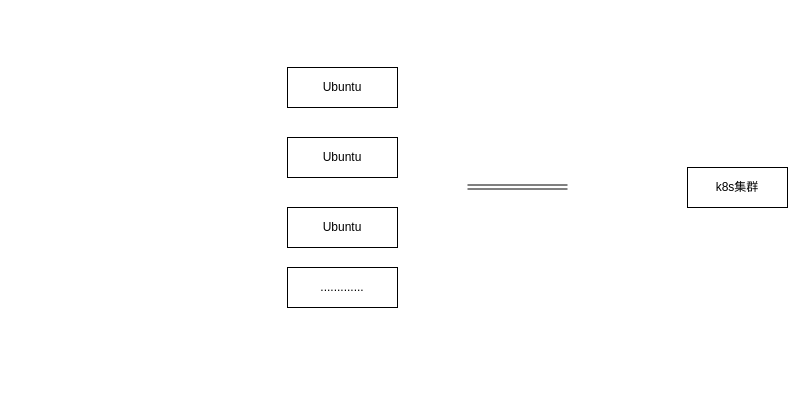
Before: 未命名绘图.drawio in danche001/CMAK, a draw.io diagram. Source tidied: cells renumbered, new cells numbered last; positions are measured from the earlier drawing's top-left corner, leaving out a move shared by most shapes. Both pictures are drawn from the tidied source at 100%, with x=0, y=0 at pixel (287, 67).
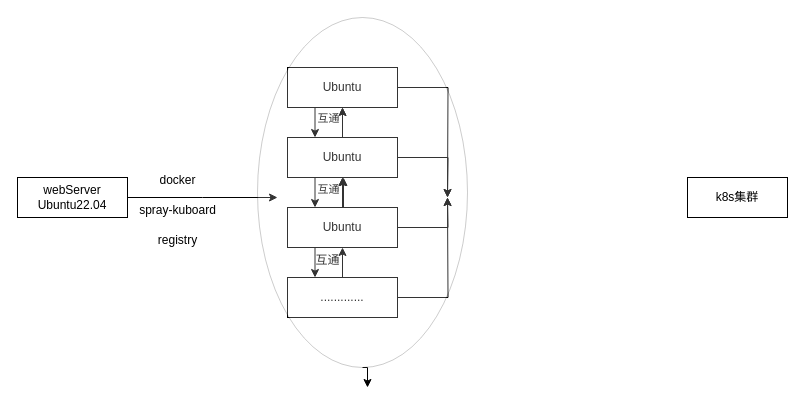
Above is the later version.

Commit message (it also covers changes not shown here):
更新未命名绘图.drawio

Unchanged cells that the change refers to:
```xml
<mxCell id="3" value="Ubuntu" style="rounded=0;whiteSpace=wrap;html=1;" parent="1" vertex="1">
  <mxGeometry width="110" height="40" as="geometry" />
</mxCell>
<mxCell id="5" value="Ubuntu" style="rounded=0;whiteSpace=wrap;html=1;" parent="1" vertex="1">
  <mxGeometry y="140" width="110" height="40" as="geometry" />
</mxCell>
<mxCell id="6" value="Ubuntu" style="rounded=0;whiteSpace=wrap;html=1;" parent="1" vertex="1">
  <mxGeometry y="70" width="110" height="40" as="geometry" />
</mxCell>
```

Change to the diagram source:
```diff
@@
     <mxCell id="2" value="k8s集群" style="rounded=0;whiteSpace=wrap;html=1;" parent="1" vertex="1">
-      <mxGeometry x="400" y="100" width="100" height="40" as="geometry" />
+      <mxGeometry x="400" y="110" width="100" height="40" as="geometry" />
     </mxCell>
+    <mxCell id="8" style="edgeStyle=orthogonalEdgeStyle;rounded=0;jettySize=auto;html=1;entryX=0;entryY=0.5;entryDx=0;entryDy=0;" parent="1" edge="1" source="3">
+      <mxGeometry relative="1" as="geometry">
+        <mxPoint x="160" y="130" as="targetPoint" />
+      </mxGeometry>
+    </mxCell>
+    <mxCell id="9" style="edgeStyle=orthogonalEdgeStyle;rounded=0;jettySize=auto;html=1;exitX=0.25;exitY=1;exitDx=0;exitDy=0;entryX=0.25;entryY=0;entryDx=0;entryDy=0;" parent="1" edge="1" source="3" target="6">
+      <mxGeometry relative="1" as="geometry" />
+    </mxCell>
@@
+    <mxCell id="10" style="edgeStyle=orthogonalEdgeStyle;rounded=0;jettySize=auto;html=1;entryX=0;entryY=0.5;entryDx=0;entryDy=0;" parent="1" edge="1" source="4">
+      <mxGeometry relative="1" as="geometry">
+        <mxPoint x="160" y="130" as="targetPoint" />
+      </mxGeometry>
+    </mxCell>
+    <mxCell id="11" style="edgeStyle=orthogonalEdgeStyle;rounded=0;jettySize=auto;html=1;exitX=0.5;exitY=0;exitDx=0;exitDy=0;entryX=0.5;entryY=1;entryDx=0;entryDy=0;" parent="1" edge="1" source="4" target="5">
+      <mxGeometry relative="1" as="geometry" />
+    </mxCell>
     <mxCell id="4" value="............." style="rounded=0;whiteSpace=wrap;html=1;" parent="1" vertex="1">
-      <mxGeometry y="200" width="110" height="40" as="geometry" />
+      <mxGeometry y="210" width="110" height="40" as="geometry" />
     </mxCell>
+    <mxCell id="12" style="edgeStyle=orthogonalEdgeStyle;rounded=0;orthogonalLoop=1;jettySize=auto;html=1;" parent="1" edge="1">
+      <mxGeometry relative="1" as="geometry">
+        <mxPoint x="56" y="140" as="sourcePoint" />
+        <mxPoint x="56" y="110" as="targetPoint" />
+      </mxGeometry>
+    </mxCell>
+    <mxCell id="13" value="互通" style="edgeLabel;html=1;align=center;verticalAlign=middle;" parent="12" vertex="1">
+      <mxGeometry x="0.29" y="-3" relative="1" as="geometry">
+        <mxPoint x="-19" as="offset" />
+      </mxGeometry>
+    </mxCell>
+    <mxCell id="14" style="edgeStyle=orthogonalEdgeStyle;rounded=0;jettySize=auto;html=1;entryX=0;entryY=0.5;entryDx=0;entryDy=0;" parent="1" edge="1" source="5">
+      <mxGeometry relative="1" as="geometry">
+        <mxPoint x="160" y="130" as="targetPoint" />
+      </mxGeometry>
+    </mxCell>
+    <mxCell id="15" style="edgeStyle=orthogonalEdgeStyle;rounded=0;jettySize=auto;html=1;exitX=0.25;exitY=1;exitDx=0;exitDy=0;entryX=0.25;entryY=0;entryDx=0;entryDy=0;" parent="1" edge="1" source="5" target="4">
+      <mxGeometry relative="1" as="geometry" />
+    </mxCell>
+    <mxCell id="16" style="edgeStyle=orthogonalEdgeStyle;rounded=0;jettySize=auto;html=1;" parent="1" edge="1" source="5" target="6">
+      <mxGeometry relative="1" as="geometry" />
+    </mxCell>
+    <mxCell id="17" style="edgeStyle=orthogonalEdgeStyle;rounded=0;jettySize=auto;html=1;" parent="1" edge="1" source="5" target="6">
+      <mxGeometry relative="1" as="geometry" />
+    </mxCell>
@@
+    <mxCell id="18" style="edgeStyle=orthogonalEdgeStyle;rounded=0;jettySize=auto;html=1;" parent="1" edge="1" source="6">
+      <mxGeometry relative="1" as="geometry">
+        <mxPoint x="160" y="130" as="targetPoint" />
+      </mxGeometry>
+    </mxCell>
+    <mxCell id="19" style="edgeStyle=orthogonalEdgeStyle;rounded=0;jettySize=auto;html=1;" parent="1" edge="1" source="6" target="3">
+      <mxGeometry relative="1" as="geometry" />
+    </mxCell>
+    <mxCell id="20" value="互通&lt;br&gt;" style="edgeLabel;html=1;align=center;verticalAlign=middle;" parent="19" vertex="1">
+      <mxGeometry x="0.25" y="-2" relative="1" as="geometry">
+        <mxPoint x="-17" y="-9" as="offset" />
+      </mxGeometry>
+    </mxCell>
+    <mxCell id="21" style="edgeStyle=orthogonalEdgeStyle;rounded=0;jettySize=auto;html=1;exitX=0.25;exitY=1;exitDx=0;exitDy=0;entryX=0.25;entryY=0;entryDx=0;entryDy=0;" parent="1" edge="1" source="6" target="5">
+      <mxGeometry relative="1" as="geometry" />
+    </mxCell>
+    <mxCell id="22" style="edgeStyle=orthogonalEdgeStyle;rounded=0;jettySize=auto;html=1;" parent="1" edge="1" source="6" target="3">
+      <mxGeometry relative="1" as="geometry" />
+    </mxCell>
@@
-    <mxCell id="7" style="shape=link;html=1;rounded=0;" parent="1" edge="1">
-      <mxGeometry relative="1" as="geometry">
-        <mxPoint x="180" y="119.5" as="sourcePoint" />
-        <mxPoint x="280" y="119.5" as="targetPoint" />
-      </mxGeometry>
-    </mxCell>
+    <mxCell id="23" value="互通" style="text;html=1;align=center;verticalAlign=middle;strokeColor=none;fillColor=none;" parent="1" vertex="1">
+      <mxGeometry x="15" y="178" width="50" height="30" as="geometry" />
+    </mxCell>
+    <mxCell id="24" style="edgeStyle=orthogonalEdgeStyle;rounded=0;jettySize=auto;html=1;" parent="1" edge="1" source="25">
+      <mxGeometry relative="1" as="geometry">
+        <mxPoint x="-10" y="130" as="targetPoint" />
+      </mxGeometry>
+    </mxCell>
+    <mxCell id="25" value="webServer&lt;br&gt;Ubuntu22.04" style="rounded=0;whiteSpace=wrap;html=1;" parent="1" vertex="1">
+      <mxGeometry x="-270" y="110" width="110" height="40" as="geometry" />
+    </mxCell>
+    <mxCell id="26" value="docker" style="text;html=1;align=center;verticalAlign=middle;strokeColor=none;fillColor=none;" parent="1" vertex="1">
+      <mxGeometry x="-140" y="98" width="60" height="30" as="geometry" />
+    </mxCell>
+    <mxCell id="27" value="spray-kuboard" style="text;html=1;align=center;verticalAlign=middle;strokeColor=none;fillColor=none;" parent="1" vertex="1">
+      <mxGeometry x="-160" y="128" width="100" height="30" as="geometry" />
+    </mxCell>
+    <mxCell id="28" value="registry" style="text;html=1;align=center;verticalAlign=middle;strokeColor=none;fillColor=none;" parent="1" vertex="1">
+      <mxGeometry x="-140" y="158" width="60" height="30" as="geometry" />
+    </mxCell>
+    <mxCell id="29" style="edgeStyle=orthogonalEdgeStyle;rounded=0;jettySize=auto;html=1;exitX=0.5;exitY=1;exitDx=0;exitDy=0;" parent="1" edge="1" source="30">
+      <mxGeometry relative="1" as="geometry">
+        <mxPoint x="80" y="320" as="targetPoint" />
+      </mxGeometry>
+    </mxCell>
+    <mxCell id="30" style="ellipse;whiteSpace=wrap;html=1;shadow=0;opacity=20;labelBorderColor=default;fontColor=#000000;" parent="1" vertex="1">
+      <mxGeometry x="-30" y="-50" width="210" height="350" as="geometry" />
+    </mxCell>
```
